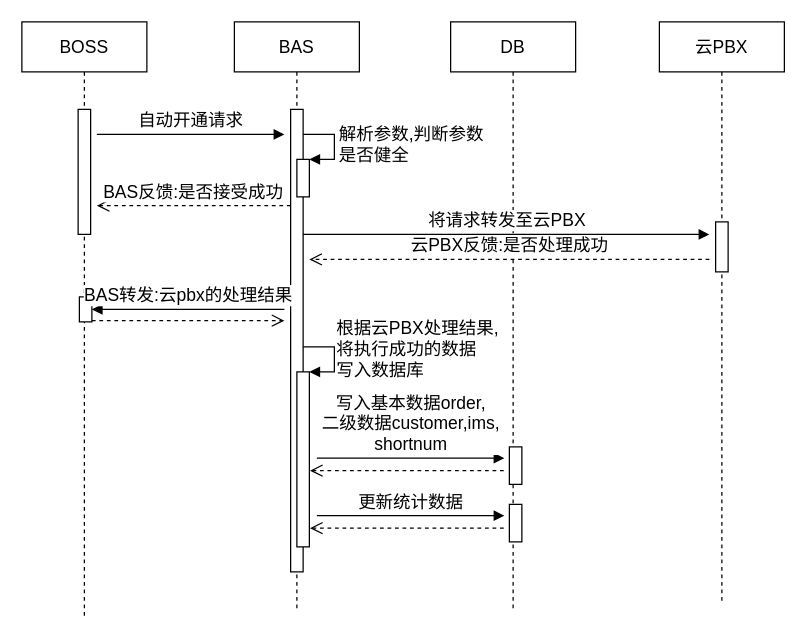
Before: BAS/sequence-interaction.drawio in waterwatermelon/graph, a draw.io diagram. Source tidied: cells renumbered, new cells numbered last; positions are measured from the earlier drawing's top-left corner, leaving out a move shared by most shapes. Both pictures are drawn from the tidied source at 125%, with x=0, y=0 at pixel (21, 21).
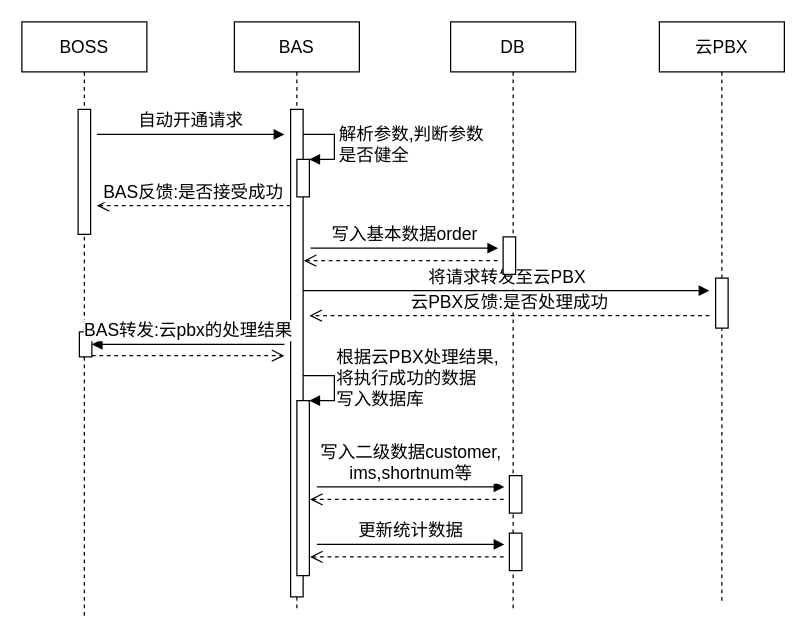
The same page after the edit.

The change refers to these unchanged cells:
```xml
<mxCell id="4" value="BAS" style="shape=umlLifeline;perimeter=lifelinePerimeter;whiteSpace=wrap;html=1;fontSize=14;" parent="1" vertex="1">
  <mxGeometry x="170" width="100" height="470" as="geometry" />
</mxCell>
<mxCell id="6" value="DB" style="shape=umlLifeline;perimeter=lifelinePerimeter;whiteSpace=wrap;html=1;fontSize=14;" parent="1" vertex="1">
  <mxGeometry x="343" width="100" height="470" as="geometry" />
</mxCell>
<mxCell id="8" value="云PBX" style="shape=umlLifeline;perimeter=lifelinePerimeter;whiteSpace=wrap;html=1;fontSize=14;" parent="1" vertex="1">
  <mxGeometry x="510" width="100" height="465" as="geometry" />
</mxCell>
```

The edit, as a diff of the source:
```diff
@@
     <mxCell id="5" style="html=1;perimeter=orthogonalPerimeter;fontSize=14;" parent="4" vertex="1">
-      <mxGeometry x="45" y="70" width="10" height="370" as="geometry" />
+      <mxGeometry x="45" y="70" width="10" height="390" as="geometry" />
     </mxCell>
@@
     <mxCell id="7" style="html=1;perimeter=orthogonalPerimeter;fontSize=14;" parent="6" vertex="1">
-      <mxGeometry x="47" y="340" width="10" height="30" as="geometry" />
+      <mxGeometry x="47" y="363" width="10" height="30" as="geometry" />
     </mxCell>
@@
     <mxCell id="9" style="html=1;perimeter=orthogonalPerimeter;fontSize=14;" parent="8" vertex="1">
-      <mxGeometry x="45" y="160" width="10" height="40" as="geometry" />
+      <mxGeometry x="45" y="205" width="10" height="40" as="geometry" />
     </mxCell>
@@
     <mxCell id="14" value="云PBX反馈:是否处理成功" style="html=1;verticalAlign=bottom;endArrow=open;dashed=1;endSize=8;fontSize=14;" parent="1" edge="1">
       <mxGeometry relative="1" as="geometry">
-        <mxPoint x="550" y="190" as="sourcePoint" />
-        <mxPoint x="230" y="190" as="targetPoint" />
+        <mxPoint x="550" y="235" as="sourcePoint" />
+        <mxPoint x="230" y="235" as="targetPoint" />
       </mxGeometry>
     </mxCell>
     <mxCell id="15" value="将请求转发至云PBX" style="html=1;verticalAlign=bottom;endArrow=block;fontSize=14;" parent="1" edge="1">
       <mxGeometry relative="1" as="geometry">
-        <mxPoint x="225" y="170" as="sourcePoint" />
-        <mxPoint x="550" y="170" as="targetPoint" />
+        <mxPoint x="225" y="215" as="sourcePoint" />
+        <mxPoint x="550" y="215" as="targetPoint" />
       </mxGeometry>
     </mxCell>
     <mxCell id="16" style="html=1;points=[];perimeter=orthogonalPerimeter;fontSize=14;" parent="1" vertex="1">
-      <mxGeometry x="46" y="220" width="10" height="20" as="geometry" />
+      <mxGeometry x="46" y="248" width="10" height="20" as="geometry" />
     </mxCell>
     <mxCell id="17" value="BAS转发:云pbx的处理结果" style="html=1;verticalAlign=bottom;endArrow=block;entryX=1;entryY=0;fontSize=14;" parent="1" edge="1">
       <mxGeometry relative="1" as="geometry">
-        <mxPoint x="210" y="230" as="sourcePoint" />
-        <mxPoint x="56" y="230" as="targetPoint" />
+        <mxPoint x="210" y="258" as="sourcePoint" />
+        <mxPoint x="56" y="258" as="targetPoint" />
       </mxGeometry>
     </mxCell>
     <mxCell id="18" style="html=1;verticalAlign=bottom;endArrow=open;dashed=1;endSize=8;exitX=1;exitY=0.95;fontSize=14;" parent="1" edge="1" source="16">
       <mxGeometry relative="1" as="geometry">
-        <mxPoint x="210" y="239" as="targetPoint" />
+        <mxPoint x="210" y="267" as="targetPoint" />
       </mxGeometry>
     </mxCell>
     <mxCell id="19" style="html=1;points=[];perimeter=orthogonalPerimeter;fontSize=14;" parent="1" vertex="1">
-      <mxGeometry x="220" y="280" width="10" height="140" as="geometry" />
+      <mxGeometry x="220" y="303" width="10" height="140" as="geometry" />
     </mxCell>
     <mxCell id="20" style="edgeStyle=orthogonalEdgeStyle;html=1;align=left;spacingLeft=2;endArrow=block;rounded=0;entryX=1;entryY=0;fontSize=14;" parent="1" edge="1" target="19">
       <mxGeometry relative="1" as="geometry">
-        <mxPoint x="225" y="260" as="sourcePoint" />
+        <mxPoint x="225" y="283" as="sourcePoint" />
         <Array as="points">
-          <mxPoint x="250" y="260" />
+          <mxPoint x="250" y="283" />
         </Array>
       </mxGeometry>
     </mxCell>
-    <mxCell id="21" value="写入基本数据order,&lt;br&gt;二级数据customer,ims,&lt;br&gt;shortnum" style="html=1;verticalAlign=bottom;endArrow=block;fontSize=14;" parent="1" edge="1">
+    <mxCell id="21" value="写入二级数据customer,&lt;br&gt;ims,shortnum等" style="html=1;verticalAlign=bottom;endArrow=block;fontSize=14;" parent="1" edge="1">
       <mxGeometry relative="1" as="geometry">
-        <mxPoint x="236" y="349" as="sourcePoint" />
-        <mxPoint x="386" y="349" as="targetPoint" />
+        <mxPoint x="236" y="372" as="sourcePoint" />
+        <mxPoint x="386" y="372" as="targetPoint" />
       </mxGeometry>
     </mxCell>
     <mxCell id="22" style="html=1;verticalAlign=bottom;endArrow=open;dashed=1;endSize=8;fontSize=14;" parent="1" edge="1">
       <mxGeometry relative="1" as="geometry">
-        <mxPoint x="385.5" y="359" as="sourcePoint" />
-        <mxPoint x="230.5" y="359" as="targetPoint" />
+        <mxPoint x="385.5" y="382" as="sourcePoint" />
+        <mxPoint x="230.5" y="382" as="targetPoint" />
       </mxGeometry>
     </mxCell>
     <mxCell id="23" value="根据云PBX处理结果,&lt;br&gt;将执行成功的数据&lt;br&gt;写入数据库" style="text;html=1;fontSize=14;" parent="1" vertex="1">
-      <mxGeometry x="250" y="230" width="130" height="30" as="geometry" />
+      <mxGeometry x="250" y="253" width="130" height="30" as="geometry" />
     </mxCell>
     <mxCell id="24" style="html=1;perimeter=orthogonalPerimeter;fontSize=14;" parent="1" vertex="1">
-      <mxGeometry x="390" y="386" width="10" height="30" as="geometry" />
+      <mxGeometry x="390" y="409" width="10" height="30" as="geometry" />
     </mxCell>
     <mxCell id="25" value="更新统计数据" style="html=1;verticalAlign=bottom;endArrow=block;fontSize=14;" parent="1" edge="1">
       <mxGeometry relative="1" as="geometry">
-        <mxPoint x="236" y="395" as="sourcePoint" />
-        <mxPoint x="386" y="395" as="targetPoint" />
+        <mxPoint x="236" y="418" as="sourcePoint" />
+        <mxPoint x="386" y="418" as="targetPoint" />
       </mxGeometry>
     </mxCell>
     <mxCell id="26" style="html=1;verticalAlign=bottom;endArrow=open;dashed=1;endSize=8;fontSize=14;" parent="1" edge="1">
       <mxGeometry relative="1" as="geometry">
-        <mxPoint x="385.5" y="405" as="sourcePoint" />
-        <mxPoint x="230.5" y="405" as="targetPoint" />
+        <mxPoint x="385.5" y="428" as="sourcePoint" />
+        <mxPoint x="230.5" y="428" as="targetPoint" />
       </mxGeometry>
     </mxCell>
+    <mxCell id="27" style="html=1;perimeter=orthogonalPerimeter;fontSize=14;" parent="1" vertex="1">
+      <mxGeometry x="385" y="172" width="10" height="30" as="geometry" />
+    </mxCell>
+    <mxCell id="28" value="写入基本数据order" style="html=1;verticalAlign=bottom;endArrow=block;fontSize=14;" parent="1" edge="1">
+      <mxGeometry relative="1" as="geometry">
+        <mxPoint x="231" y="181" as="sourcePoint" />
+        <mxPoint x="381" y="181" as="targetPoint" />
+      </mxGeometry>
+    </mxCell>
+    <mxCell id="29" style="html=1;verticalAlign=bottom;endArrow=open;dashed=1;endSize=8;fontSize=14;" parent="1" edge="1">
+      <mxGeometry relative="1" as="geometry">
+        <mxPoint x="380.5" y="191" as="sourcePoint" />
+        <mxPoint x="225.5" y="191" as="targetPoint" />
+      </mxGeometry>
+    </mxCell>
```
